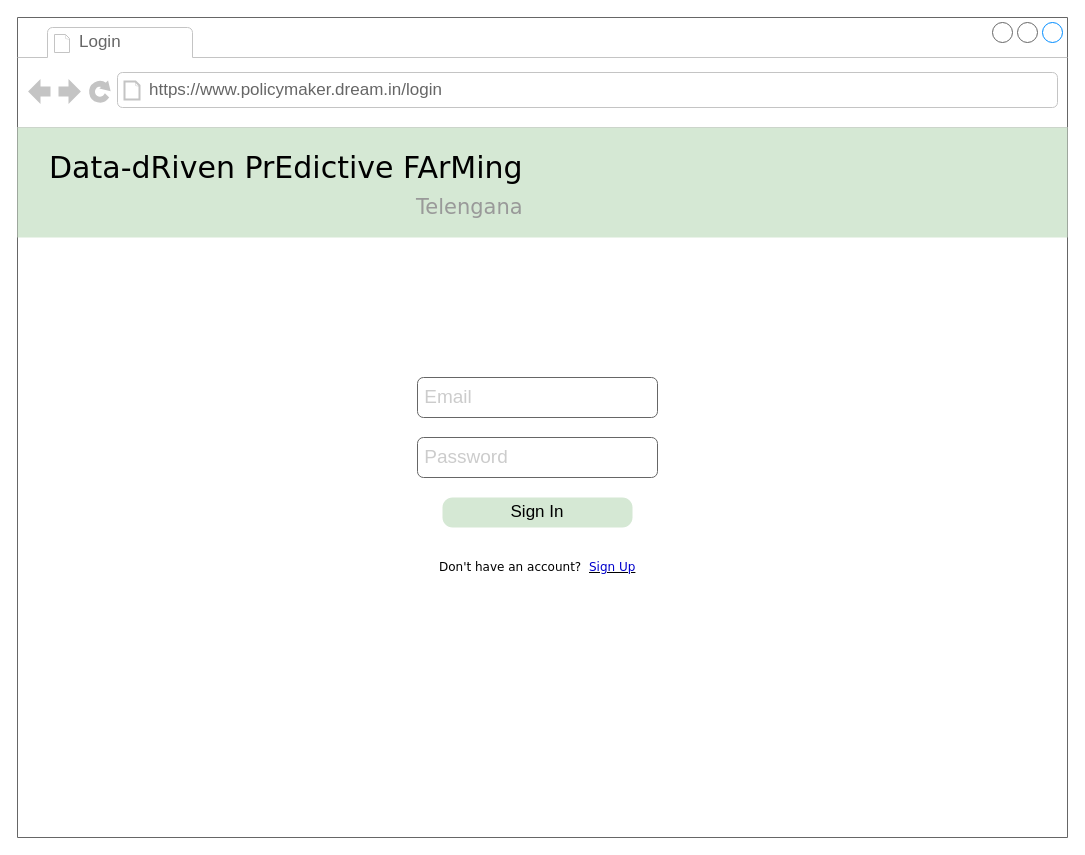
ictar/DREAM-SE2-Project-2022 keeps this draw.io diagram as page "pm-login" (4 of 11) of RASD/diagrams/User Interface.drawio. Above is the earlier version. Source tidied: cells renumbered, new cells numbered last; positions are measured from the earlier drawing's top-left corner, leaving out a move shared by most shapes. Both pictures are drawn from the tidied source at 100%, with x=0, y=0 at pixel (17, 17).
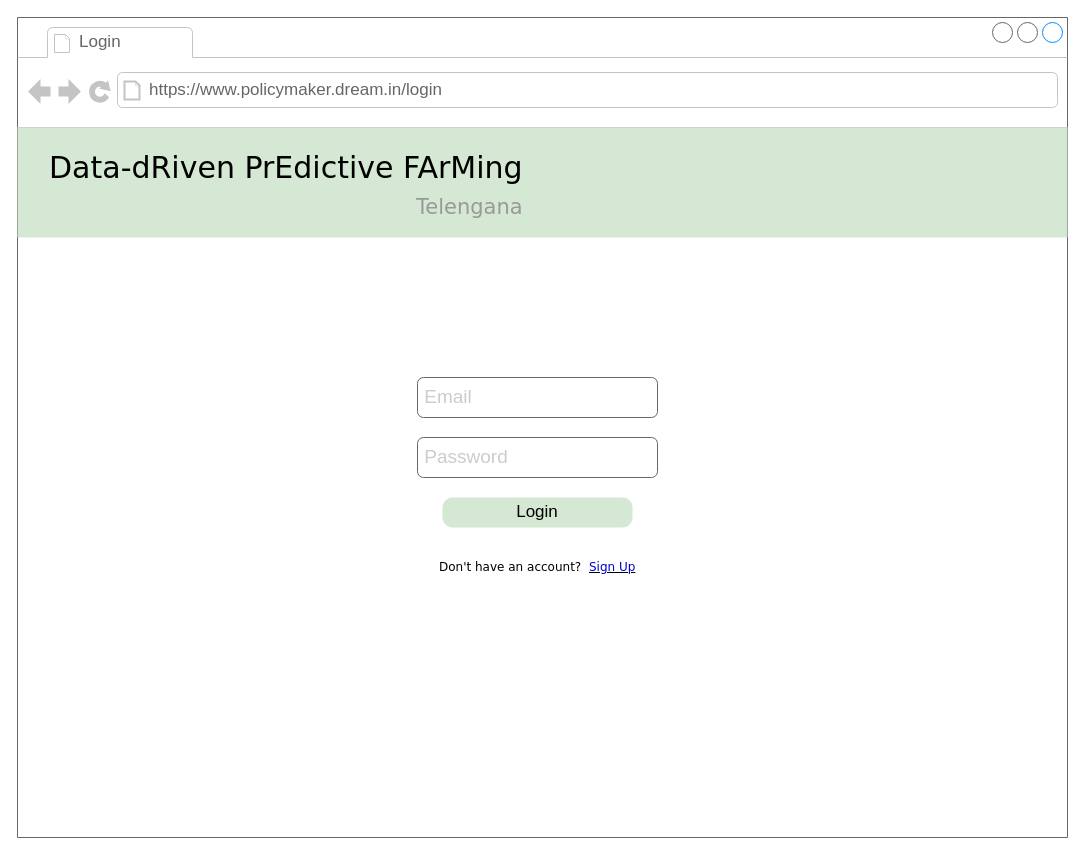
The same page after the edit.

Commit message (it also covers changes not shown here):
add login part and home for UI [DD]

Diff of the diagram source:
```diff
@@
 <mxGraphModel background="#ffffff">
   <root>
     <mxCell id="0" />
     <mxCell id="1" parent="0" />
     <mxCell id="2" style="strokeWidth=1;shadow=0;dashed=0;align=center;html=1;shape=mxgraph.mockup.containers.browserWindow;rSize=0;strokeColor=#666666;mainText=,;rounded=0;labelBackgroundColor=none;fontFamily=Verdana;fontSize=12;" parent="1" vertex="1">
       <mxGeometry width="1050" height="820" as="geometry" />
     </mxCell>
     <mxCell id="3" value="Login" style="strokeWidth=1;shadow=0;dashed=0;align=center;html=1;shape=mxgraph.mockup.containers.anchor;fontSize=17;fontColor=#666666;align=left;" parent="2" vertex="1">
       <mxGeometry x="60" y="12" width="110" height="26" as="geometry" />
     </mxCell>
     <mxCell id="4" value="https://www.policymaker.dream.in/login" style="strokeWidth=1;shadow=0;dashed=0;align=center;html=1;shape=mxgraph.mockup.containers.anchor;rSize=0;fontSize=17;fontColor=#666666;align=left;" parent="2" vertex="1">
       <mxGeometry x="130" y="60" width="250" height="26" as="geometry" />
     </mxCell>
-    <mxCell id="5" value="Sign In" style="strokeWidth=1;shadow=0;dashed=0;align=center;html=1;shape=mxgraph.mockup.buttons.button;strokeColor=none;mainText=;buttonStyle=round;fontSize=17;fontStyle=0;fillColor=#d5e8d4;whiteSpace=wrap;rounded=0;labelBackgroundColor=none;" parent="2" vertex="1">
+    <mxCell id="5" value="Login" style="strokeWidth=1;shadow=0;dashed=0;align=center;html=1;shape=mxgraph.mockup.buttons.button;strokeColor=none;mainText=;buttonStyle=round;fontSize=17;fontStyle=0;fillColor=#d5e8d4;whiteSpace=wrap;rounded=0;labelBackgroundColor=none;" parent="2" vertex="1">
       <mxGeometry x="425" y="480" width="190" height="30" as="geometry" />
     </mxCell>
     <mxCell id="6" value="&lt;font style=&quot;font-size: 19px&quot; color=&quot;#cccccc&quot;&gt;&amp;nbsp;Email&lt;/font&gt;" style="rounded=1;whiteSpace=wrap;html=1;fillColor=none;fontColor=#333333;strokeColor=#666666;align=left;" parent="2" vertex="1">
       <mxGeometry x="400" y="360" width="240" height="40" as="geometry" />
     </mxCell>
     <mxCell id="7" value="&lt;font style=&quot;font-size: 19px&quot; color=&quot;#cccccc&quot;&gt;&amp;nbsp;Password&lt;/font&gt;" style="rounded=1;whiteSpace=wrap;html=1;fillColor=none;fontColor=#333333;strokeColor=#666666;align=left;" parent="2" vertex="1">
       <mxGeometry x="400" y="420" width="240" height="40" as="geometry" />
     </mxCell>
     <mxCell id="8" value="Don't have an account?" style="text;html=1;align=left;verticalAlign=top;spacingTop=-4;fontSize=12;fontFamily=Verdana;whiteSpace=wrap;" parent="2" vertex="1">
       <mxGeometry x="420" y="540" width="160" height="20" as="geometry" />
     </mxCell>
     <mxCell id="9" value="&lt;u&gt;&lt;font color=&quot;#0000cc&quot;&gt;Sign Up&lt;/font&gt;&lt;/u&gt;" style="text;html=1;align=left;verticalAlign=top;spacingTop=-4;fontSize=12;fontFamily=Verdana;whiteSpace=wrap;" parent="2" vertex="1">
       <mxGeometry x="570" y="540" width="160" height="20" as="geometry" />
     </mxCell>
     <mxCell id="10" style="group;" parent="2" vertex="1">
       <mxGeometry y="110" width="1050" height="110" as="geometry" />
     </mxCell>
     <mxCell id="11" style="rounded=0;whiteSpace=wrap;html=1;fontSize=21;fillColor=#d5e8d4;strokeColor=none;" parent="10" vertex="1">
       <mxGeometry width="1050" height="110" as="geometry" />
     </mxCell>
     <mxCell id="12" value="Data-dRiven PrEdictive FArMing&lt;br&gt;&lt;div style=&quot;text-align: right&quot;&gt;&lt;font style=&quot;font-size: 21px&quot; color=&quot;#999999&quot;&gt;Telengana&lt;/font&gt;&lt;/div&gt;" style="text;html=1;align=left;verticalAlign=top;spacingTop=-4;fontSize=30;fontFamily=Verdana;" parent="10" vertex="1">
       <mxGeometry x="30" y="20" width="480" height="70" as="geometry" />
     </mxCell>
   </root>
 </mxGraphModel>
```
